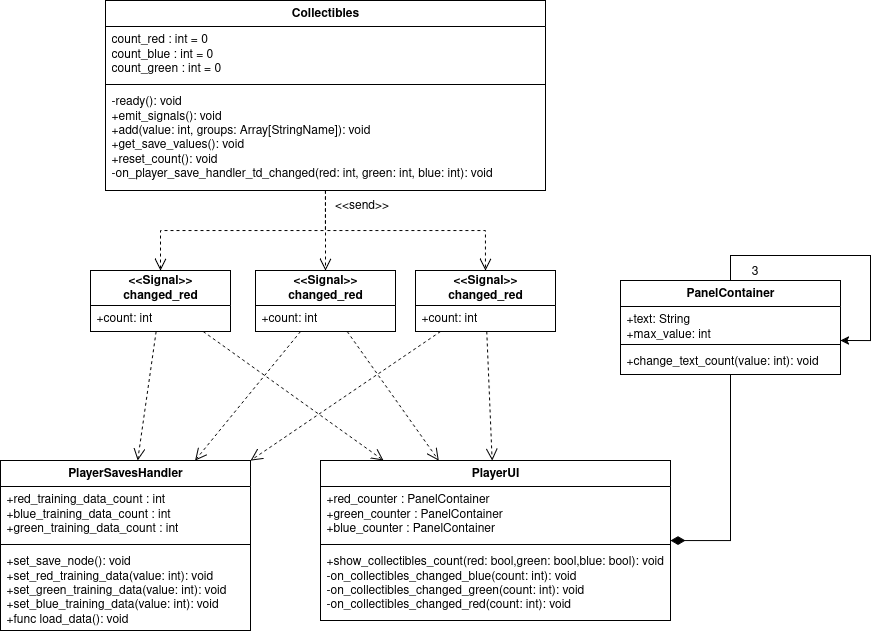
The draw.io diagram Documentazione/source/imgs/class-player_ui.png in fliposab/ProgettoStage, before a commit. Source tidied: cells renumbered, new cells last; positions are measured from the earlier drawing's top-left corner, leaving out a move shared by most shapes.
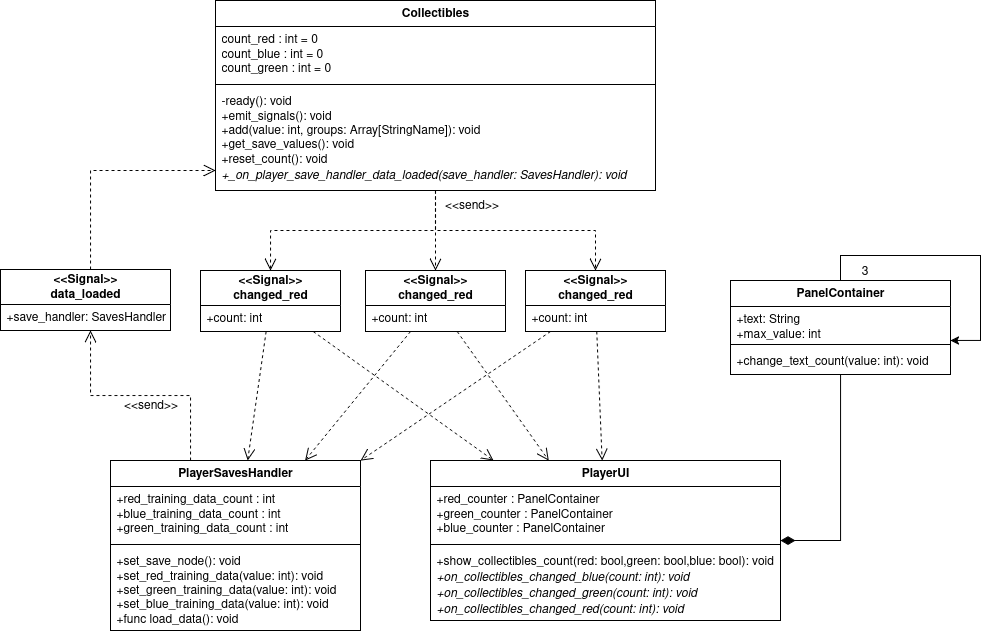
The same file after the commit.

Diff of the diagram source:
```diff
@@ -60,7 +60,7 @@
     <mxCell id="17" style="line;strokeWidth=1;fillColor=none;align=left;verticalAlign=middle;spacingTop=-1;spacingLeft=3;spacingRight=3;labelPosition=right;strokeColor=inherit;" parent="15" vertex="1">
       <mxGeometry y="80" width="350" height="8" as="geometry" />
     </mxCell>
-    <mxCell id="18" value="+show_collectibles_count(red: bool,green: bool,blue: bool): void&lt;br&gt;-on_collectibles_changed_blue(count: int): void&lt;br&gt;-on_collectibles_changed_green(count: int): void&lt;br&gt;-on_collectibles_changed_red(count: int): void" style="text;strokeColor=none;fillColor=none;align=left;verticalAlign=top;spacingLeft=4;spacingRight=4;overflow=hidden;whiteSpace=wrap;html=1;" parent="15" vertex="1">
+    <mxCell id="18" value="+show_collectibles_count(red: bool,green: bool,blue: bool): void&lt;br&gt;&lt;i&gt;+on_collectibles_changed_blue(count: int): void&lt;br&gt;+on_collectibles_changed_green(count: int): void&lt;br&gt;+on_collectibles_changed_red(count: int): void&lt;/i&gt;" style="text;strokeColor=none;fillColor=none;align=left;verticalAlign=top;spacingLeft=4;spacingRight=4;overflow=hidden;whiteSpace=wrap;html=1;" parent="15" vertex="1">
       <mxGeometry y="88" width="350" height="72" as="geometry" />
     </mxCell>
     <mxCell id="19" style="rounded=0;jettySize=auto;html=1;endArrow=open;endFill=0;strokeColor=default;edgeStyle=orthogonalEdgeStyle;dashed=1;endSize=10;" parent="1" edge="1" source="20" target="11">
@@ -75,7 +75,7 @@
     <mxCell id="22" style="line;strokeWidth=1;fillColor=none;align=left;verticalAlign=middle;spacingTop=-1;spacingLeft=3;spacingRight=3;labelPosition=right;strokeColor=inherit;" parent="20" vertex="1">
       <mxGeometry y="80" width="440" height="8" as="geometry" />
     </mxCell>
-    <mxCell id="23" value="-ready(): void&lt;br&gt;+emit_signals(): void&lt;br&gt;+add(value: int, groups: Array[StringName]): void&lt;br&gt;+get_save_values(): void&lt;br&gt;+reset_count(): void&lt;br&gt;-on_player_save_handler_td_changed(red: int, green: int, blue: int): void" style="text;strokeColor=none;fillColor=none;align=left;verticalAlign=top;spacingLeft=4;spacingRight=4;overflow=hidden;whiteSpace=wrap;html=1;" parent="20" vertex="1">
+    <mxCell id="23" value="-ready(): void&lt;br&gt;+emit_signals(): void&lt;br&gt;+add(value: int, groups: Array[StringName]): void&lt;br&gt;+get_save_values(): void&lt;br&gt;+reset_count(): void&lt;br&gt;&lt;i&gt;+_on_player_save_handler_data_loaded(save_handler: SavesHandler): void&amp;nbsp;&lt;/i&gt;" style="text;strokeColor=none;fillColor=none;align=left;verticalAlign=top;spacingLeft=4;spacingRight=4;overflow=hidden;whiteSpace=wrap;html=1;" parent="20" vertex="1">
       <mxGeometry y="88" width="440" height="102" as="geometry" />
     </mxCell>
     <mxCell id="24" value="PlayerSavesHandler" style="swimlane;fontStyle=1;align=center;verticalAlign=top;horizontal=1;startSize=26;whiteSpace=wrap;html=1;" parent="1" vertex="1">
@@ -117,5 +117,29 @@
     <mxCell id="36" value="3" style="text;html=1;align=center;verticalAlign=middle;strokeColor=none;fillColor=none;" parent="1" vertex="1">
       <mxGeometry x="739" y="256" width="30" height="30" as="geometry" />
     </mxCell>
+    <mxCell id="37" value="&lt;div&gt;&lt;b&gt;&amp;lt;&amp;lt;Signal&amp;gt;&amp;gt;&lt;/b&gt;&lt;/div&gt;&lt;div&gt;&lt;b&gt;data_loaded&lt;/b&gt;&lt;/div&gt;" style="swimlane;fontStyle=0;horizontal=1;startSize=35;fillColor=none;whiteSpace=wrap;html=1;" parent="1" vertex="1">
+      <mxGeometry x="-110" y="269" width="170" height="61" as="geometry" />
+    </mxCell>
+    <mxCell id="38" value="+save_handler: SavesHandler" style="text;strokeColor=none;fillColor=none;align=left;verticalAlign=top;spacingLeft=4;spacingRight=4;overflow=hidden;whiteSpace=wrap;html=1;" parent="37" vertex="1">
+      <mxGeometry y="35" width="170" height="26" as="geometry" />
+    </mxCell>
+    <mxCell id="39" style="rounded=0;jettySize=auto;html=1;endArrow=open;endFill=0;strokeColor=default;edgeStyle=orthogonalEdgeStyle;dashed=1;endSize=10;" parent="1" edge="1" source="24" target="37">
+      <mxGeometry relative="1" as="geometry">
+        <Array as="points">
+          <mxPoint x="80" y="395" />
+          <mxPoint x="-20" y="395" />
+        </Array>
+      </mxGeometry>
+    </mxCell>
+    <mxCell id="40" style="rounded=0;jettySize=auto;html=1;endArrow=open;endFill=0;strokeColor=default;edgeStyle=orthogonalEdgeStyle;dashed=1;endSize=10;" parent="1" edge="1" source="37" target="20">
+      <mxGeometry relative="1" as="geometry">
+        <Array as="points">
+          <mxPoint x="-20" y="170" />
+        </Array>
+      </mxGeometry>
+    </mxCell>
+    <mxCell id="41" value="&amp;lt;&amp;lt;send&amp;gt;&amp;gt;" style="text;html=1;align=center;verticalAlign=middle;strokeColor=none;fillColor=none;" parent="1" vertex="1">
+      <mxGeometry y="390" width="80" height="30" as="geometry" />
+    </mxCell>
   </root>
 </mxGraphModel>
```
